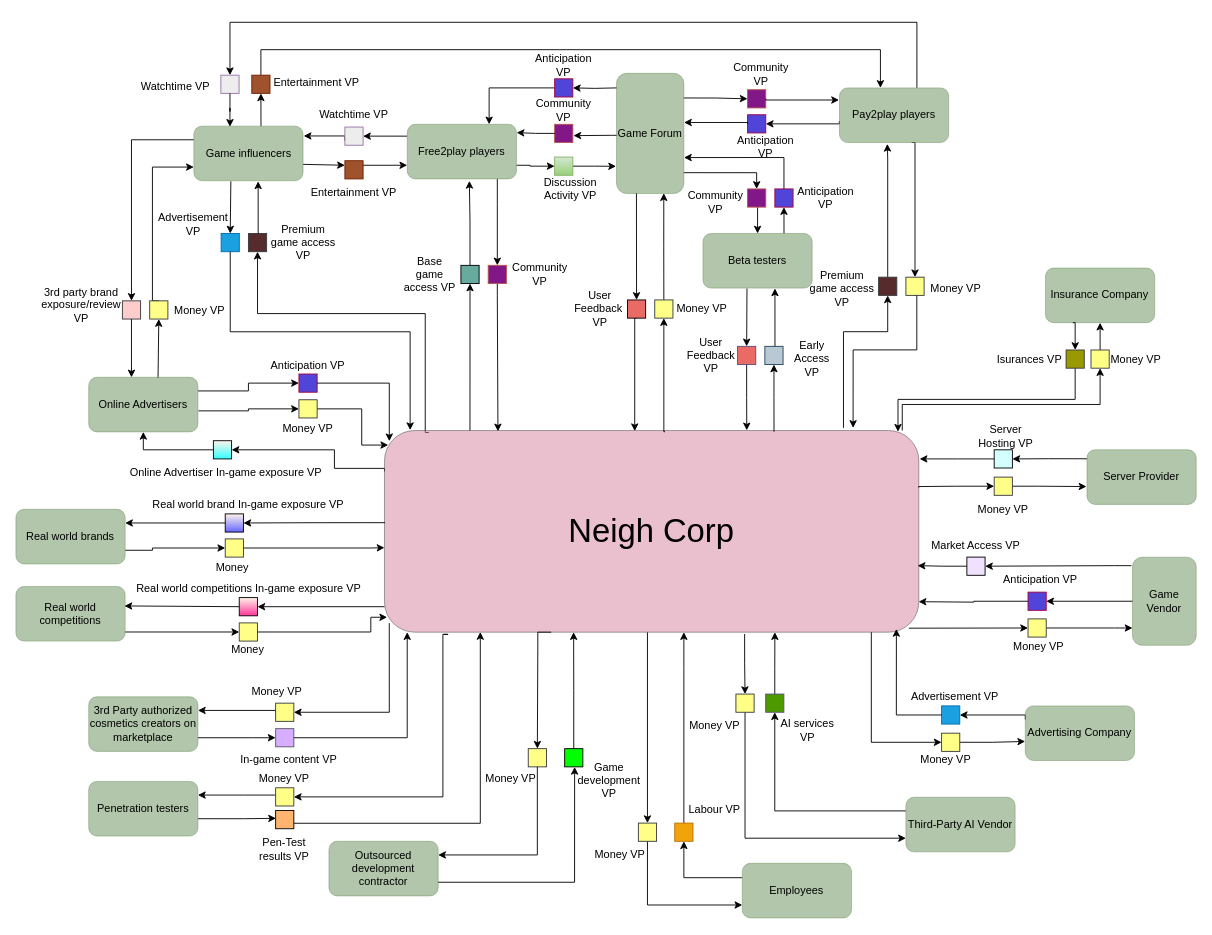
The draw.io diagram page "Diagram" (1 of 2) of media/IS1_Project_VDML.drawio in tudwiglemmel/Neigh-Corp---Golden-Meadows, before the edit. Source tidied: cells renumbered, new cells numbered last; positions are measured from the earlier drawing's top-left corner, leaving out a move shared by most shapes. Both pictures are drawn from the tidied source at 91%, with x=0, y=0 at pixel (15, 22).
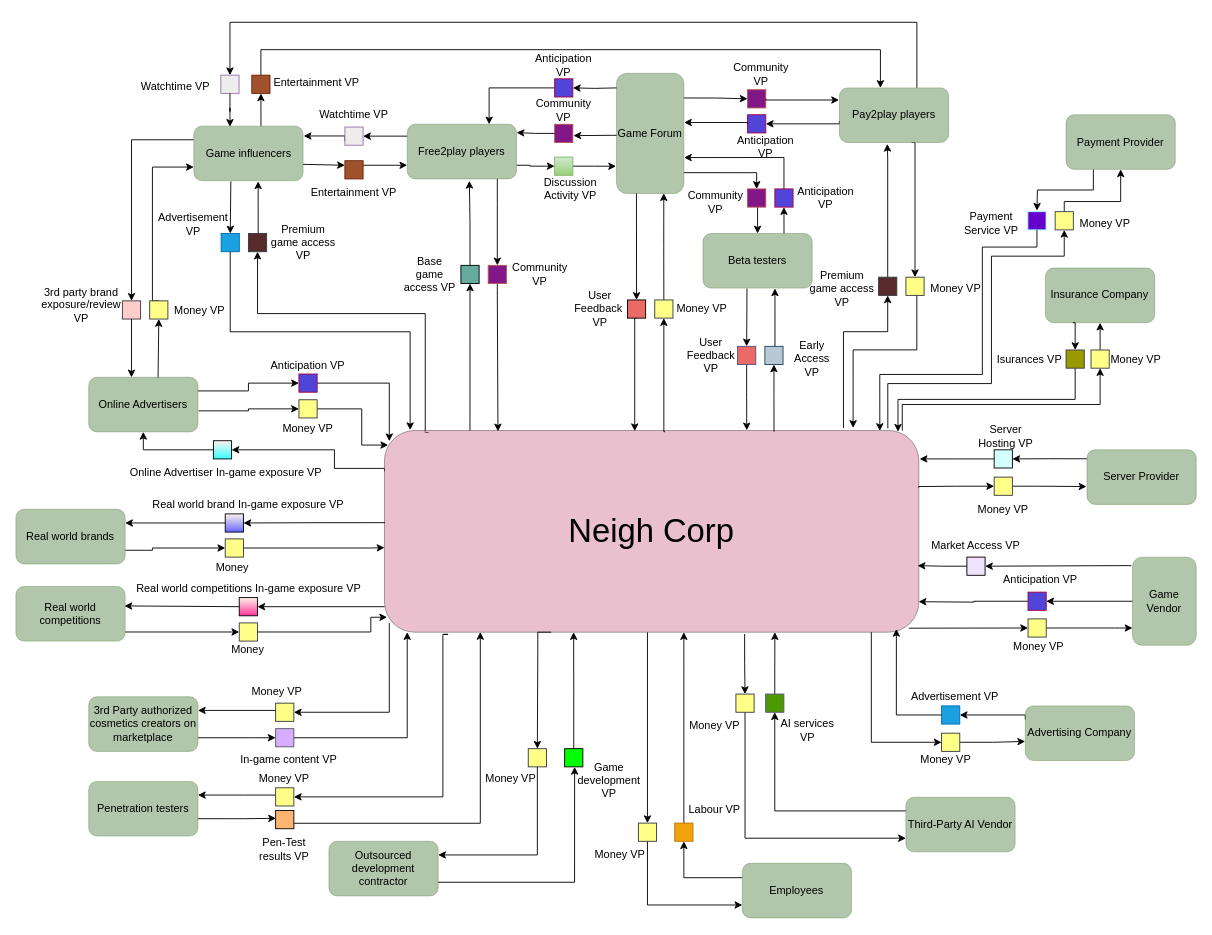
Above is the later version.

The change refers to these unchanged cells:
```xml
<mxCell id="11" value="&lt;font style=&quot;font-size: 36px;&quot;&gt;Neigh Corp&lt;/font&gt;" style="rounded=1;whiteSpace=wrap;html=1;strokeColor=#36393d;align=center;verticalAlign=middle;fontFamily=Helvetica;fontSize=12;fillColor=light-dark(#D8829D,#903890);opacity=50;" parent="1" vertex="1">
  <mxGeometry x="405" y="448.6" width="587.2" height="221.6" as="geometry" />
</mxCell>
```

The edit, as a diff of the source:
```diff
@@
+    <mxCell id="217" style="edgeStyle=orthogonalEdgeStyle;rounded=0;jettySize=auto;html=1;entryX=0.5;entryY=1;entryDx=0;entryDy=0;fontFamily=Helvetica;fontSize=12;fontColor=default;exitX=0.942;exitY=-0.011;exitDx=0;exitDy=0;exitPerimeter=0;" parent="1" edge="1" source="11" target="222">
+      <mxGeometry relative="1" as="geometry">
+        <Array as="points">
+          <mxPoint x="958.1" y="397" />
+          <mxPoint x="1072" y="397" />
+          <mxPoint x="1072" y="257" />
+          <mxPoint x="1152" y="257" />
+        </Array>
+      </mxGeometry>
+    </mxCell>
@@
+    <mxCell id="218" style="edgeStyle=orthogonalEdgeStyle;rounded=0;jettySize=auto;html=1;exitX=0.25;exitY=1;exitDx=0;exitDy=0;fontFamily=Helvetica;fontSize=12;fontColor=default;" parent="1" edge="1" source="219">
+      <mxGeometry relative="1" as="geometry">
+        <mxPoint x="1122" y="207" as="targetPoint" />
+      </mxGeometry>
+    </mxCell>
+    <mxCell id="219" value="Payment Provider" style="rounded=1;whiteSpace=wrap;html=1;strokeColor=#678D58;align=center;verticalAlign=middle;fontFamily=Helvetica;fontSize=12;fontColor=default;fillColor=#678D58;opacity=50;" parent="1" vertex="1">
+      <mxGeometry x="1154" y="101.6" width="120" height="60" as="geometry" />
+    </mxCell>
+    <mxCell id="220" value="Payment Service VP" style="text;html=1;whiteSpace=wrap;strokeColor=none;fillColor=none;align=center;verticalAlign=middle;rounded=0;" parent="1" vertex="1">
+      <mxGeometry x="1032" y="198.1" width="80" height="45" as="geometry" />
+    </mxCell>
+    <mxCell id="221" style="edgeStyle=orthogonalEdgeStyle;rounded=0;jettySize=auto;html=1;exitX=0.5;exitY=0;exitDx=0;exitDy=0;entryX=0.5;entryY=1;entryDx=0;entryDy=0;fontFamily=Helvetica;fontSize=12;fontColor=default;" parent="1" edge="1" source="222" target="219">
+      <mxGeometry relative="1" as="geometry">
+        <Array as="points">
+          <mxPoint x="1152" y="197" />
+          <mxPoint x="1214" y="197" />
+        </Array>
+      </mxGeometry>
+    </mxCell>
+    <mxCell id="222" style="whiteSpace=wrap;html=1;fillColor=#ffff88;strokeColor=#36393d;" parent="1" vertex="1">
+      <mxGeometry x="1142" y="208.1" width="20" height="20" as="geometry" />
+    </mxCell>
+    <mxCell id="223" value="Money VP" style="text;html=1;whiteSpace=wrap;strokeColor=none;fillColor=none;align=center;verticalAlign=middle;rounded=0;" parent="1" vertex="1">
+      <mxGeometry x="1167" y="205.6" width="60" height="30" as="geometry" />
+    </mxCell>
+    <mxCell id="224" style="whiteSpace=wrap;html=1;fillColor=#6600CC;strokeColor=#99FFFF;align=center;verticalAlign=middle;fontFamily=Helvetica;fontSize=12;fontColor=#ffffff;" parent="1" vertex="1">
+      <mxGeometry x="1112" y="208.1" width="20" height="20" as="geometry" />
+    </mxCell>
+    <mxCell id="225" style="edgeStyle=orthogonalEdgeStyle;rounded=0;jettySize=auto;html=1;exitX=0.5;exitY=1;exitDx=0;exitDy=0;entryX=0.927;entryY=0.002;entryDx=0;entryDy=0;entryPerimeter=0;fontFamily=Helvetica;fontSize=12;fontColor=default;" parent="1" edge="1" source="224" target="11">
+      <mxGeometry relative="1" as="geometry">
+        <Array as="points">
+          <mxPoint x="1122" y="247" />
+          <mxPoint x="1062" y="247" />
+          <mxPoint x="1062" y="387" />
+          <mxPoint x="949.3" y="387" />
+        </Array>
+      </mxGeometry>
+    </mxCell>
```
